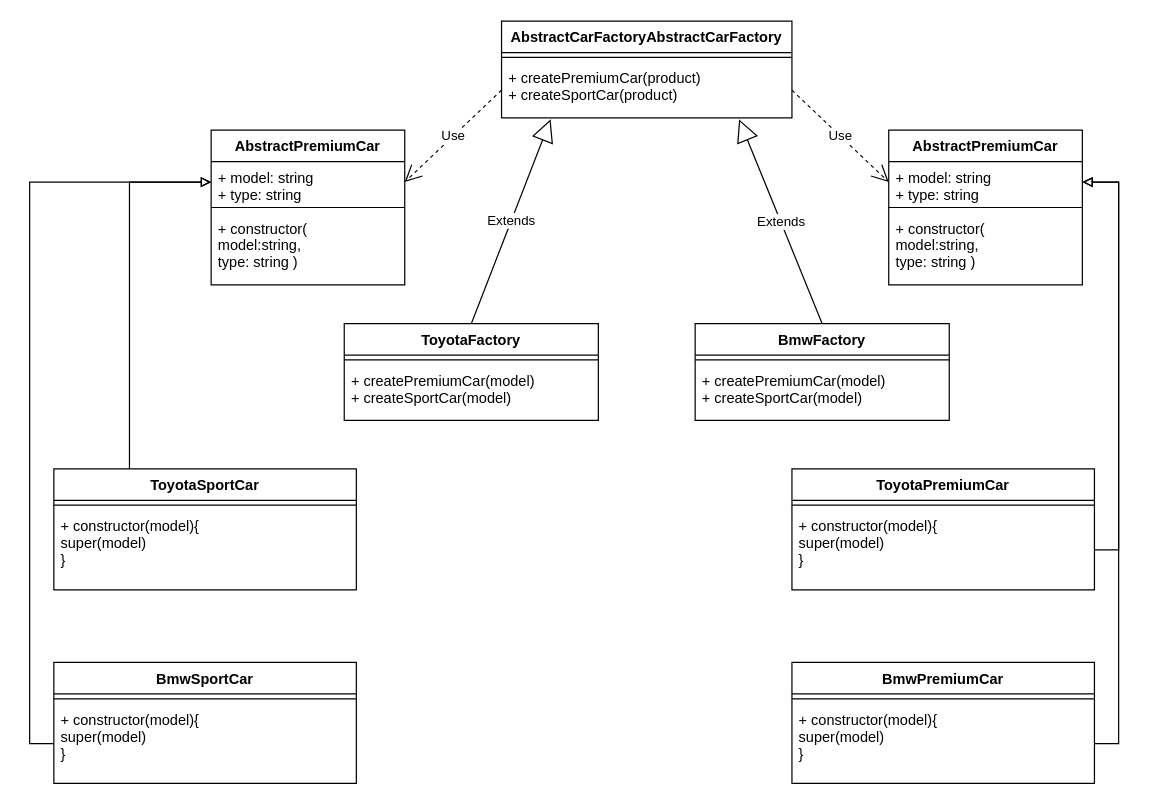
The draw.io diagram creational/abstractFactory/factory.drawio in AlexHoropchanu/Patterns, before the edit. Source tidied: cells renumbered, new cells numbered last; positions are measured from the earlier drawing's top-left corner, leaving out a move shared by most shapes. Both pictures are drawn from the tidied source at 121%, with x=0, y=0 at pixel (53, 21).
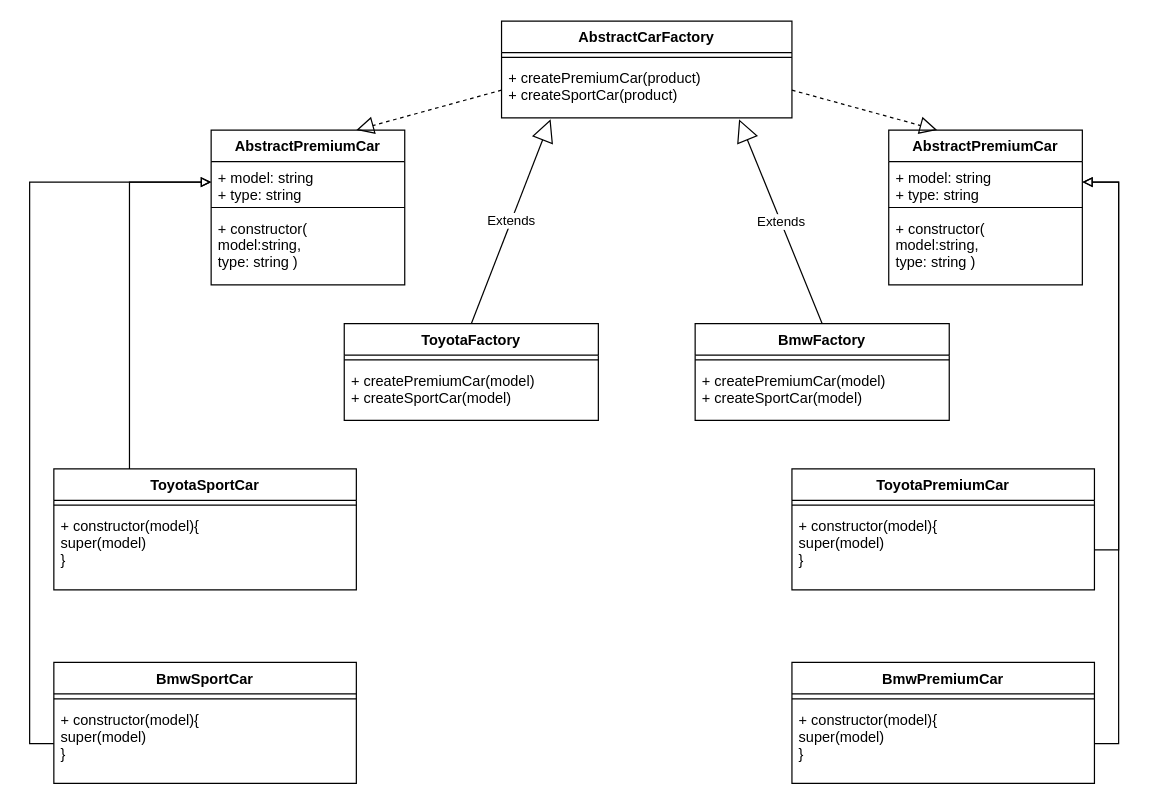
After the change.

Unchanged cells that the change refers to:
```xml
<mxCell id="4" value="+ createPremiumCar(product)&#10;+ createSportCar(product)" style="text;strokeColor=none;fillColor=none;align=left;verticalAlign=top;spacingLeft=4;spacingRight=4;overflow=hidden;points=[[0,0.5],[1,0.5]];portConstraint=eastwest;" parent="2" vertex="1">
  <mxGeometry y="34" width="240" height="46" as="geometry" />
</mxCell>
<mxCell id="5" value="AbstractPremiumCar" style="swimlane;fontStyle=1;align=center;verticalAlign=top;horizontal=1;startSize=26;" parent="1" vertex="1">
  <mxGeometry x="130" y="90" width="160" height="128" as="geometry" />
</mxCell>
<mxCell id="6" value="+ model: string&#10;+ type: string" style="text;strokeColor=none;fillColor=none;align=left;verticalAlign=top;spacingLeft=4;spacingRight=4;overflow=hidden;points=[[0,0.5],[1,0.5]];portConstraint=eastwest;" parent="5" vertex="1">
  <mxGeometry y="26" width="160" height="34" as="geometry" />
</mxCell>
<mxCell id="9" value="AbstractPremiumCar" style="swimlane;fontStyle=1;align=center;verticalAlign=top;horizontal=1;startSize=26;" parent="1" vertex="1">
  <mxGeometry x="690" y="90" width="160" height="128" as="geometry" />
</mxCell>
<mxCell id="10" value="+ model: string&#10;+ type: string" style="text;strokeColor=none;fillColor=none;align=left;verticalAlign=top;spacingLeft=4;spacingRight=4;overflow=hidden;points=[[0,0.5],[1,0.5]];portConstraint=eastwest;" parent="9" vertex="1">
  <mxGeometry y="26" width="160" height="34" as="geometry" />
</mxCell>
```

Change to the diagram source:
```diff
@@
-    <mxCell id="2" value="AbstractCarFactoryAbstractCarFactory" style="swimlane;fontStyle=1;align=center;verticalAlign=top;horizontal=1;startSize=26;" parent="1" vertex="1">
+    <mxCell id="2" value="AbstractCarFactory&#10;" style="swimlane;fontStyle=1;align=center;verticalAlign=top;horizontal=1;startSize=26;" parent="1" vertex="1">
       <mxGeometry x="370" width="240" height="80" as="geometry" />
     </mxCell>
@@
-    <mxCell id="13" value="Use" style="endArrow=open;endSize=12;dashed=1;html=1;exitX=0;exitY=0.5;exitDx=0;exitDy=0;entryX=1;entryY=0.5;entryDx=0;entryDy=0;" parent="1" edge="1" source="4" target="6">
-      <mxGeometry relative="1" as="geometry" />
-    </mxCell>
-    <mxCell id="14" value="Use" style="endArrow=open;endSize=12;dashed=1;html=1;exitX=1;exitY=0.5;exitDx=0;exitDy=0;entryX=0;entryY=0.5;entryDx=0;entryDy=0;" parent="1" edge="1" source="4" target="10">
-      <mxGeometry relative="1" as="geometry" />
-    </mxCell>
@@
+    <mxCell id="39" style="endArrow=block;dashed=1;endFill=0;endSize=12;html=1;exitX=0;exitY=0.5;exitDx=0;exitDy=0;entryX=0.75;entryY=0;entryDx=0;entryDy=0;" parent="1" edge="1" source="4" target="5">
+      <mxGeometry relative="1" as="geometry" />
+    </mxCell>
+    <mxCell id="40" style="endArrow=block;dashed=1;endFill=0;endSize=12;html=1;entryX=0.25;entryY=0;entryDx=0;entryDy=0;exitX=1;exitY=0.5;exitDx=0;exitDy=0;" parent="1" edge="1" source="4" target="9">
+      <mxGeometry relative="1" as="geometry" />
+    </mxCell>
```
